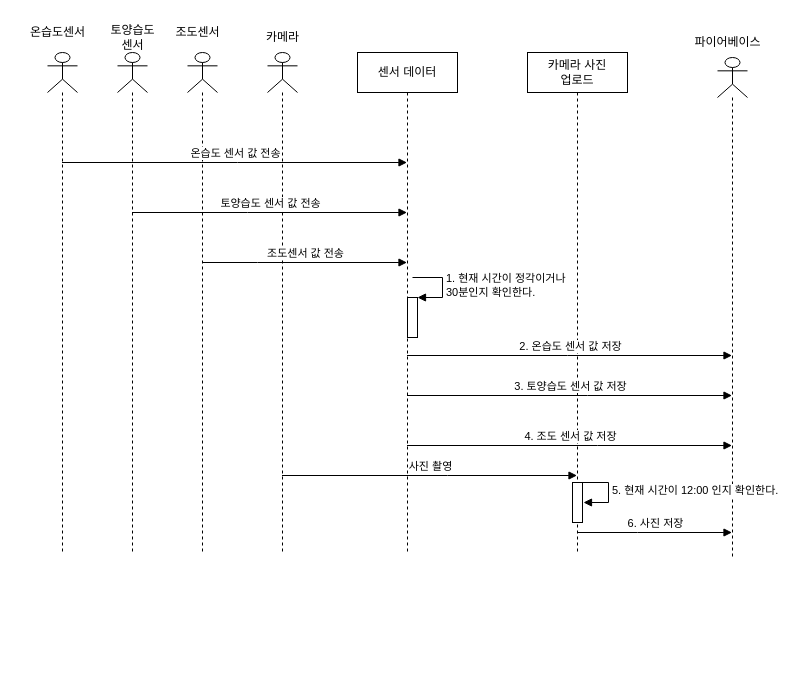
This is 과제/5주차/시퀀스 다이어그램/diary_maker_sqd.drawio from sonmyungwon/Software-Development, a draw.io file, before an edit. Source tidied: cells renumbered, new cells numbered last; positions are measured from the earlier drawing's top-left corner, leaving out a move shared by most shapes. Both pictures are drawn from the tidied source at 100%, with x=0, y=0 at pixel (17, 17).
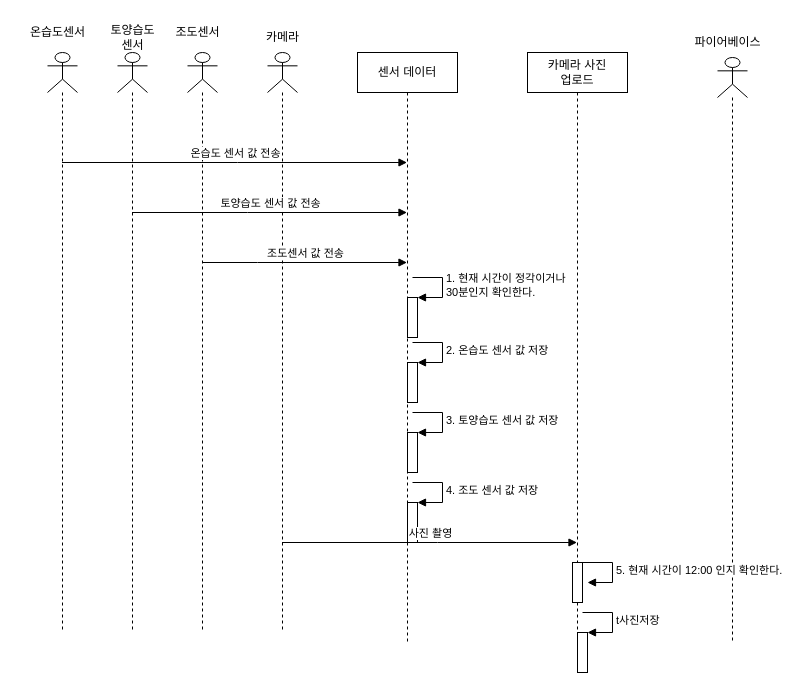
Above is the later version.

Diff of the diagram source:
```diff
@@
     <mxCell id="2" style="shape=umlLifeline;participant=umlActor;perimeter=lifelinePerimeter;whiteSpace=wrap;html=1;verticalAlign=top;spacingTop=36;outlineConnect=0;" parent="1" vertex="1">
-      <mxGeometry x="30" y="35" width="30" height="500" as="geometry" />
+      <mxGeometry x="30" y="35" width="30" height="580" as="geometry" />
     </mxCell>
     <mxCell id="3" style="shape=umlLifeline;participant=umlActor;perimeter=lifelinePerimeter;whiteSpace=wrap;html=1;verticalAlign=top;spacingTop=36;outlineConnect=0;" parent="1" vertex="1">
-      <mxGeometry x="100" y="35" width="30" height="500" as="geometry" />
+      <mxGeometry x="100" y="35" width="30" height="580" as="geometry" />
     </mxCell>
     <mxCell id="4" style="shape=umlLifeline;participant=umlActor;perimeter=lifelinePerimeter;whiteSpace=wrap;html=1;verticalAlign=top;spacingTop=36;outlineConnect=0;" parent="1" vertex="1">
-      <mxGeometry x="170" y="35" width="30" height="500" as="geometry" />
+      <mxGeometry x="170" y="35" width="30" height="580" as="geometry" />
     </mxCell>
     <mxCell id="5" style="shape=umlLifeline;participant=umlActor;perimeter=lifelinePerimeter;whiteSpace=wrap;html=1;verticalAlign=top;spacingTop=36;outlineConnect=0;" parent="1" vertex="1">
-      <mxGeometry x="250" y="35" width="30" height="500" as="geometry" />
+      <mxGeometry x="250" y="35" width="30" height="580" as="geometry" />
     </mxCell>
@@
     <mxCell id="10" value="센서 데이터" style="shape=umlLifeline;perimeter=lifelinePerimeter;whiteSpace=wrap;html=1;outlineConnect=0;" parent="1" vertex="1">
-      <mxGeometry x="340" y="35" width="100" height="500" as="geometry" />
+      <mxGeometry x="340" y="35" width="100" height="590" as="geometry" />
     </mxCell>
@@
+    <mxCell id="26" style="html=1;points=[];perimeter=orthogonalPerimeter;" parent="10" vertex="1">
+      <mxGeometry x="50" y="310" width="10" height="40" as="geometry" />
+    </mxCell>
+    <mxCell id="23" value="&lt;span style=&quot;text-align: center;&quot;&gt;2. 온습도 센서 값 저장&lt;/span&gt;" style="edgeStyle=orthogonalEdgeStyle;html=1;align=left;spacingLeft=2;endArrow=block;rounded=0;entryX=1;entryY=0;" parent="10" edge="1" target="26">
+      <mxGeometry relative="1" as="geometry">
+        <mxPoint x="55" y="290" as="sourcePoint" />
+        <Array as="points">
+          <mxPoint x="85" y="290" />
+        </Array>
+      </mxGeometry>
+    </mxCell>
+    <mxCell id="27" style="html=1;points=[];perimeter=orthogonalPerimeter;" parent="10" vertex="1">
+      <mxGeometry x="50" y="380" width="10" height="40" as="geometry" />
+    </mxCell>
+    <mxCell id="24" value="&lt;span style=&quot;text-align: center;&quot;&gt;3. 토양습도 센서 값 저장&lt;/span&gt;" style="edgeStyle=orthogonalEdgeStyle;html=1;align=left;spacingLeft=2;endArrow=block;rounded=0;entryX=1;entryY=0;" parent="10" edge="1" target="27">
+      <mxGeometry relative="1" as="geometry">
+        <mxPoint x="55" y="360" as="sourcePoint" />
+        <Array as="points">
+          <mxPoint x="85" y="360" />
+        </Array>
+      </mxGeometry>
+    </mxCell>
+    <mxCell id="28" style="html=1;points=[];perimeter=orthogonalPerimeter;" parent="10" vertex="1">
+      <mxGeometry x="50" y="450" width="10" height="40" as="geometry" />
+    </mxCell>
+    <mxCell id="25" value="&lt;span style=&quot;text-align: center;&quot;&gt;4. 조도 센서 값 저장&lt;/span&gt;" style="edgeStyle=orthogonalEdgeStyle;html=1;align=left;spacingLeft=2;endArrow=block;rounded=0;entryX=1;entryY=0;" parent="10" edge="1" target="28">
+      <mxGeometry relative="1" as="geometry">
+        <mxPoint x="55" y="430" as="sourcePoint" />
+        <Array as="points">
+          <mxPoint x="85" y="430" />
+        </Array>
+      </mxGeometry>
+    </mxCell>
     <mxCell id="13" style="shape=umlLifeline;participant=umlActor;perimeter=lifelinePerimeter;whiteSpace=wrap;html=1;verticalAlign=top;spacingTop=36;outlineConnect=0;" parent="1" vertex="1">
-      <mxGeometry x="700" y="40" width="30" height="500" as="geometry" />
+      <mxGeometry x="700" y="40" width="30" height="585" as="geometry" />
     </mxCell>
@@
     <mxCell id="18" value="카메라 사진 &lt;br&gt;업로드" style="shape=umlLifeline;perimeter=lifelinePerimeter;whiteSpace=wrap;html=1;outlineConnect=0;" parent="1" vertex="1">
-      <mxGeometry x="510" y="35" width="100" height="500" as="geometry" />
+      <mxGeometry x="510" y="35" width="100" height="600" as="geometry" />
     </mxCell>
     <mxCell id="19" style="html=1;perimeter=orthogonalPerimeter;" parent="18" vertex="1">
-      <mxGeometry x="45" y="430" width="10" height="40" as="geometry" />
+      <mxGeometry x="45" y="510" width="10" height="40" as="geometry" />
     </mxCell>
     <mxCell id="20" value="5. 현재 시간이 12:00 인지 확인한다." style="edgeStyle=orthogonalEdgeStyle;html=1;align=left;spacingLeft=2;endArrow=block;rounded=0;entryX=1;entryY=0;" parent="18" edge="1">
       <mxGeometry relative="1" as="geometry">
-        <mxPoint x="51" y="430" as="sourcePoint" />
-        <mxPoint x="56" y="450" as="targetPoint" />
+        <mxPoint x="55" y="510" as="sourcePoint" />
+        <mxPoint x="60" y="530" as="targetPoint" />
         <Array as="points">
-          <mxPoint x="81" y="430" />
+          <mxPoint x="85" y="510" />
         </Array>
       </mxGeometry>
     </mxCell>
-    <mxCell id="21" value="사진 촬영" style="html=1;verticalAlign=bottom;endArrow=block;rounded=0;" parent="1" edge="1">
+    <mxCell id="21" value="사진 촬영" style="html=1;verticalAlign=bottom;endArrow=block;rounded=0;" parent="1" edge="1" source="5" target="18">
       <mxGeometry relative="1" as="geometry">
-        <mxPoint x="264.5" y="458" as="sourcePoint" />
-        <mxPoint x="559.5" y="458" as="targetPoint" />
         <Array as="points">
-          <mxPoint x="430" y="458" />
+          <mxPoint x="420" y="525" />
         </Array>
       </mxGeometry>
     </mxCell>
-    <mxCell id="22" value="6. 사진 저장" style="html=1;verticalAlign=bottom;endArrow=block;rounded=0;" parent="1" edge="1" source="18" target="13">
-      <mxGeometry relative="1" as="geometry">
-        <Array as="points">
-          <mxPoint x="620" y="515" />
-        </Array>
-      </mxGeometry>
-    </mxCell>
-    <mxCell id="23" value="2. 온습도 센서 값 저장" style="html=1;verticalAlign=bottom;endArrow=block;rounded=0;" parent="1" edge="1">
-      <mxGeometry relative="1" as="geometry">
-        <mxPoint x="389.5" y="338" as="sourcePoint" />
-        <mxPoint x="714.5" y="338" as="targetPoint" />
-        <Array as="points">
-          <mxPoint x="550" y="338" />
-        </Array>
-      </mxGeometry>
-    </mxCell>
-    <mxCell id="24" value="3. 토양습도 센서 값 저장" style="html=1;verticalAlign=bottom;endArrow=block;rounded=0;" parent="1" edge="1">
-      <mxGeometry relative="1" as="geometry">
-        <mxPoint x="389.5" y="378" as="sourcePoint" />
-        <mxPoint x="714.5" y="378" as="targetPoint" />
-        <Array as="points">
-          <mxPoint x="570" y="378" />
-        </Array>
-      </mxGeometry>
-    </mxCell>
-    <mxCell id="25" value="4. 조도 센서 값 저장" style="html=1;verticalAlign=bottom;endArrow=block;rounded=0;" parent="1" edge="1">
-      <mxGeometry relative="1" as="geometry">
-        <mxPoint x="389.5" y="428" as="sourcePoint" />
-        <mxPoint x="714.5" y="428" as="targetPoint" />
-        <Array as="points">
-          <mxPoint x="580" y="428" />
-        </Array>
-      </mxGeometry>
-    </mxCell>
+    <mxCell id="29" style="html=1;points=[];perimeter=orthogonalPerimeter;" parent="1" vertex="1">
+      <mxGeometry x="560" y="615" width="10" height="40" as="geometry" />
+    </mxCell>
+    <mxCell id="30" value="t사진저장" style="edgeStyle=orthogonalEdgeStyle;html=1;align=left;spacingLeft=2;endArrow=block;rounded=0;entryX=1;entryY=0;" parent="1" edge="1" target="29">
+      <mxGeometry relative="1" as="geometry">
+        <mxPoint x="565" y="595" as="sourcePoint" />
+        <Array as="points">
+          <mxPoint x="595" y="595" />
+        </Array>
+      </mxGeometry>
+    </mxCell>
```
